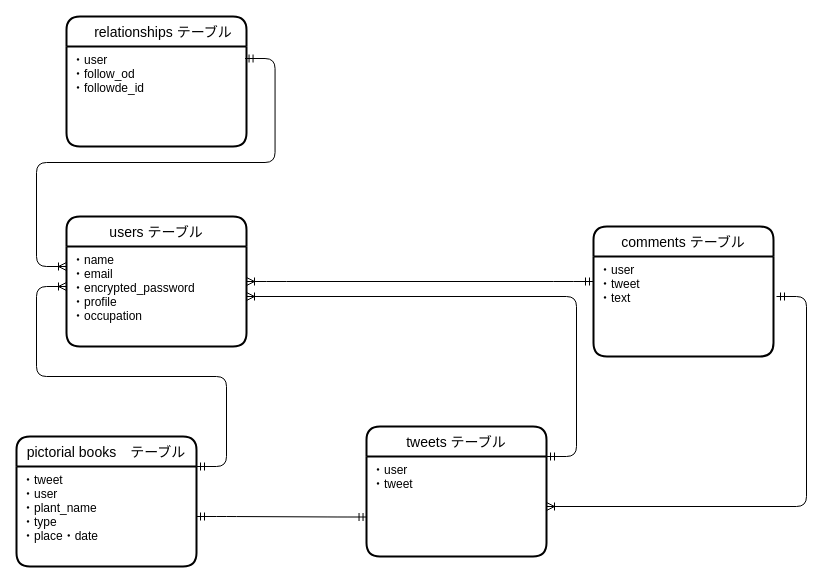
The draw.io diagram succulent_table.dio in riko38407/succulent_tweet, before the edit. Source tidied: cells renumbered, new cells numbered last; positions are measured from the earlier drawing's top-left corner, leaving out a move shared by most shapes. Both pictures are drawn from the tidied source at 100%, with x=0, y=0 at pixel (16, 16).
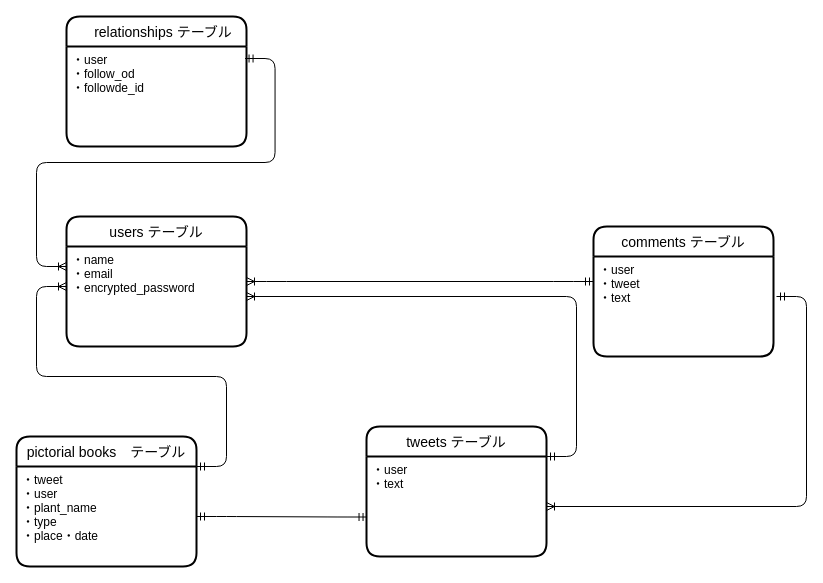
After the change.

Unchanged cells that the change refers to:
```xml
<mxCell id="2" value="users テーブル" style="swimlane;horizontal=1;startSize=30;rounded=1;fontSize=14;fontStyle=0;strokeWidth=2;shadow=0;dashed=0;align=center;" parent="1" vertex="1">
  <mxGeometry x="50" y="200" width="180" height="130" as="geometry" />
</mxCell>
<mxCell id="4" value="tweets テーブル" style="swimlane;horizontal=1;startSize=30;rounded=1;fontSize=14;fontStyle=0;strokeWidth=2;shadow=0;dashed=0;align=center;" parent="1" vertex="1">
  <mxGeometry x="350" y="410" width="180" height="130" as="geometry" />
</mxCell>
```

Diff of the diagram source:
```diff
@@
-    <mxCell id="3" value="・name&#10;・email&#10;・encrypted_password&#10;・profile&#10;・occupation" style="align=left;strokeColor=none;fillColor=none;spacingLeft=4;fontSize=12;verticalAlign=top;" parent="2" vertex="1">
+    <mxCell id="3" value="・name&#10;・email&#10;・encrypted_password&#10;" style="align=left;strokeColor=none;fillColor=none;spacingLeft=4;fontSize=12;verticalAlign=top;" parent="2" vertex="1">
       <mxGeometry y="30" width="180" height="100" as="geometry" />
     </mxCell>
@@
-    <mxCell id="5" value="・user&#10;・tweet" style="align=left;strokeColor=none;fillColor=none;spacingLeft=4;fontSize=12;verticalAlign=top;" parent="4" vertex="1">
+    <mxCell id="5" value="・user&#10;・text" style="align=left;strokeColor=none;fillColor=none;spacingLeft=4;fontSize=12;verticalAlign=top;" parent="4" vertex="1">
       <mxGeometry y="30" width="180" height="100" as="geometry" />
     </mxCell>
```
